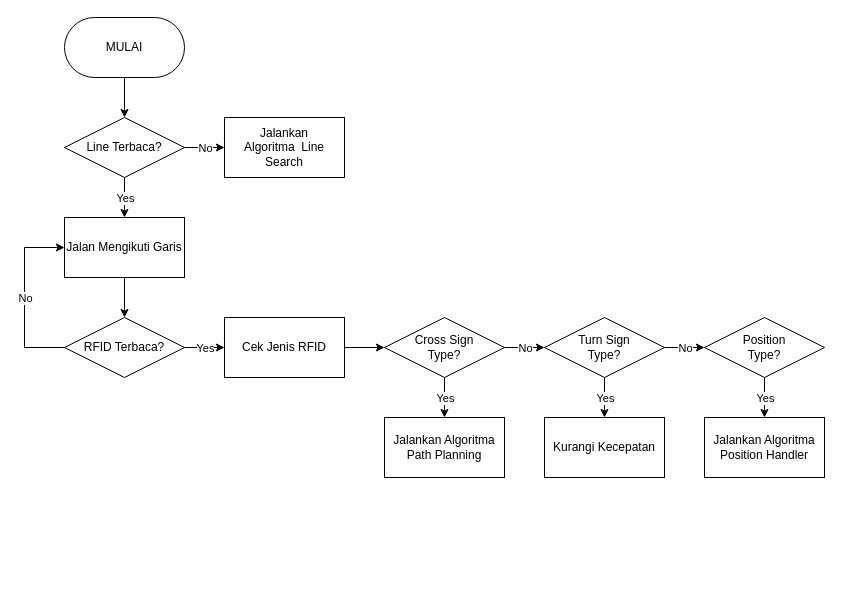
The draw.io diagram page "Page-4" (4 of 6) of Program/Breakdown/AGV Com Scheduler Diagram.drawio in AlfonsusGiovanni/Automated-Guided-Vehicle, before the edit. Source tidied: cells renumbered, new cells numbered last; positions are measured from the earlier drawing's top-left corner, leaving out a move shared by most shapes. Both pictures are drawn from the tidied source at 100%, with x=0, y=0 at pixel (24, 17).
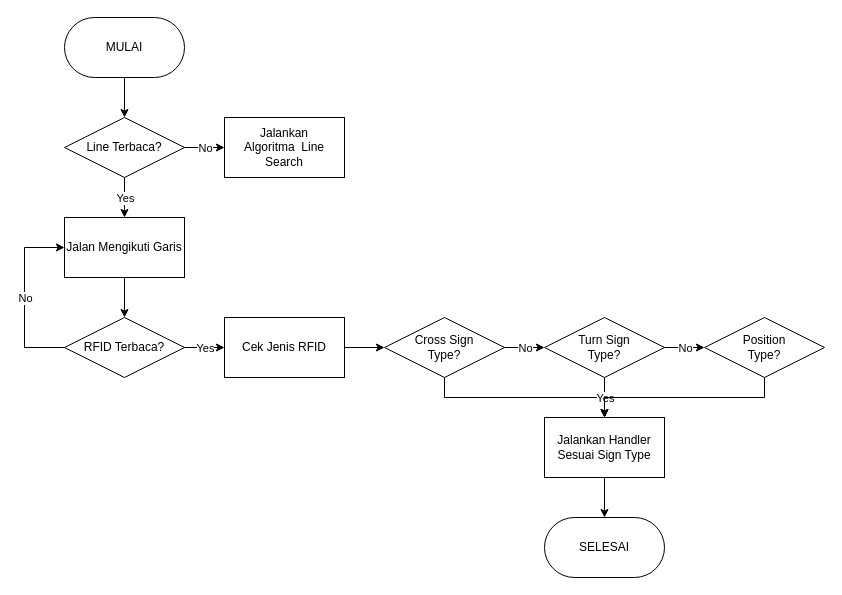
After the change.

The change refers to these unchanged cells:
```xml
<mxCell id="23" value="Cross Sign&lt;div&gt;Type?&lt;/div&gt;" style="rhombus;whiteSpace=wrap;html=1;fillColor=none;" parent="1" vertex="1">
  <mxGeometry x="360" y="300" width="120" height="60" as="geometry" />
</mxCell>
<mxCell id="29" value="Turn Sign&lt;div&gt;Type?&lt;/div&gt;" style="rhombus;whiteSpace=wrap;html=1;fillColor=none;" parent="1" vertex="1">
  <mxGeometry x="520" y="300" width="120" height="60" as="geometry" />
</mxCell>
<mxCell id="33" value="Position&lt;div&gt;Type?&lt;/div&gt;" style="rhombus;whiteSpace=wrap;html=1;fillColor=none;" parent="1" vertex="1">
  <mxGeometry x="680" y="300" width="120" height="60" as="geometry" />
</mxCell>
```

The edit, as a diff of the source:
```diff
@@
-    <mxCell id="19" style="edgeStyle=orthogonalEdgeStyle;rounded=0;jettySize=auto;html=1;" parent="1" edge="1" source="23" target="24">
-      <mxGeometry relative="1" as="geometry" />
-    </mxCell>
-    <mxCell id="20" value="Yes" style="edgeLabel;html=1;align=center;verticalAlign=middle;" parent="19" vertex="1">
-      <mxGeometry relative="1" as="geometry" />
-    </mxCell>
@@
+    <mxCell id="35" style="edgeStyle=orthogonalEdgeStyle;rounded=0;jettySize=auto;html=1;exitX=0.5;exitY=1;exitDx=0;exitDy=0;entryX=0.5;entryY=0;entryDx=0;entryDy=0;" parent="1" edge="1" source="23" target="30">
+      <mxGeometry relative="1" as="geometry" />
+    </mxCell>
@@
-    <mxCell id="24" value="Jalankan Algoritma&lt;br&gt;Path Planning" style="rounded=0;whiteSpace=wrap;html=1;fillColor=none;" parent="1" vertex="1">
-      <mxGeometry x="360" y="400" width="120" height="60" as="geometry" />
-    </mxCell>
-    <mxCell id="25" style="edgeStyle=orthogonalEdgeStyle;rounded=0;jettySize=auto;html=1;" parent="1" edge="1" source="29" target="30">
-      <mxGeometry relative="1" as="geometry" />
-    </mxCell>
-    <mxCell id="26" value="Yes" style="edgeLabel;html=1;align=center;verticalAlign=middle;" parent="25" vertex="1">
-      <mxGeometry relative="1" as="geometry" />
-    </mxCell>
@@
+    <mxCell id="25" style="edgeStyle=orthogonalEdgeStyle;rounded=0;jettySize=auto;html=1;exitX=0.5;exitY=1;exitDx=0;exitDy=0;entryX=0.5;entryY=0;entryDx=0;entryDy=0;" parent="1" edge="1" source="29" target="30">
+      <mxGeometry relative="1" as="geometry" />
+    </mxCell>
+    <mxCell id="36" value="Yes" style="edgeLabel;html=1;align=center;verticalAlign=middle;" parent="25" vertex="1">
+      <mxGeometry relative="1" as="geometry" />
+    </mxCell>
@@
+    <mxCell id="37" style="edgeStyle=orthogonalEdgeStyle;rounded=0;jettySize=auto;html=1;exitX=0.5;exitY=1;exitDx=0;exitDy=0;entryX=0.5;entryY=0;entryDx=0;entryDy=0;" parent="1" edge="1" source="30" target="39">
+      <mxGeometry relative="1" as="geometry" />
+    </mxCell>
-    <mxCell id="30" value="Kurangi Kecepatan" style="rounded=0;whiteSpace=wrap;html=1;fillColor=none;" parent="1" vertex="1">
+    <mxCell id="30" value="Jalankan Handler Sesuai Sign Type" style="rounded=0;whiteSpace=wrap;html=1;fillColor=none;" parent="1" vertex="1">
       <mxGeometry x="520" y="400" width="120" height="60" as="geometry" />
     </mxCell>
-    <mxCell id="31" style="edgeStyle=orthogonalEdgeStyle;rounded=0;jettySize=auto;html=1;" parent="1" edge="1" source="33" target="34">
-      <mxGeometry relative="1" as="geometry" />
-    </mxCell>
-    <mxCell id="32" value="Yes" style="edgeLabel;html=1;align=center;verticalAlign=middle;" parent="31" vertex="1">
-      <mxGeometry relative="1" as="geometry" />
-    </mxCell>
+    <mxCell id="38" style="edgeStyle=orthogonalEdgeStyle;rounded=0;jettySize=auto;html=1;exitX=0.5;exitY=1;exitDx=0;exitDy=0;entryX=0.5;entryY=0;entryDx=0;entryDy=0;" parent="1" edge="1" source="33" target="30">
+      <mxGeometry relative="1" as="geometry" />
+    </mxCell>
@@
-    <mxCell id="34" value="Jalankan Algoritma Position Handler" style="rounded=0;whiteSpace=wrap;html=1;fillColor=none;" parent="1" vertex="1">
-      <mxGeometry x="680" y="400" width="120" height="60" as="geometry" />
-    </mxCell>
+    <mxCell id="39" value="SELESAI" style="rounded=1;whiteSpace=wrap;html=1;arcSize=50;fillColor=none;" parent="1" vertex="1">
+      <mxGeometry x="520" y="500" width="120" height="60" as="geometry" />
+    </mxCell>
```
